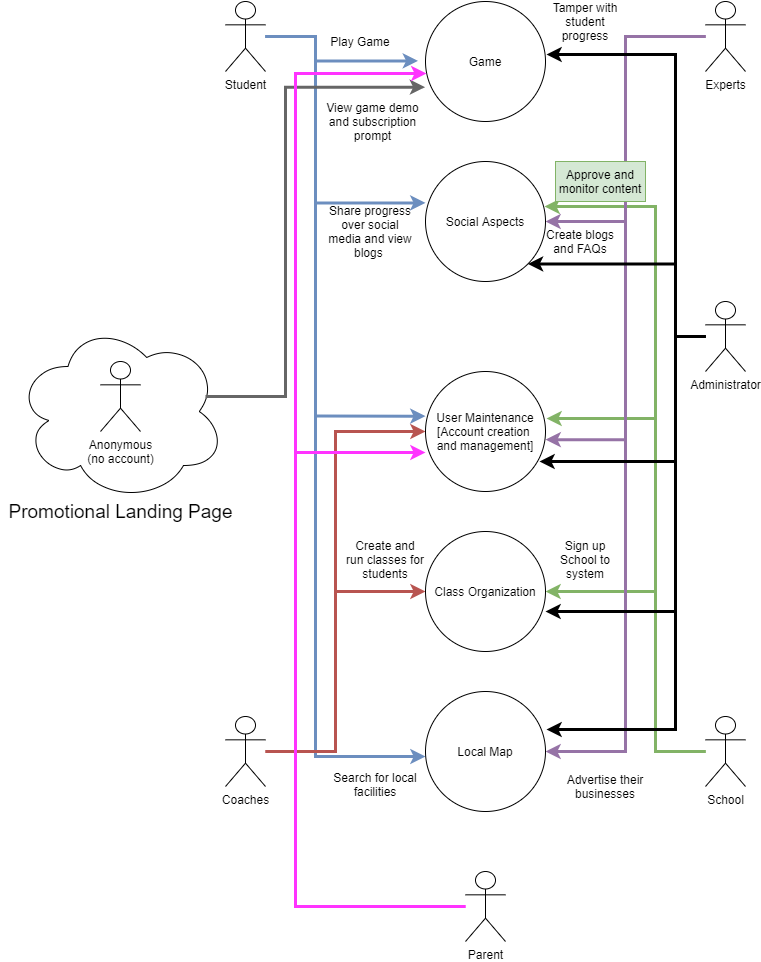
The draw.io diagram Deliverables/Week_2/Use Cases.png in Hanandrof/Group-3-Repository, before a commit. Source tidied: cells renumbered, new cells last; positions are measured from the earlier drawing's top-left corner, leaving out a move shared by most shapes.
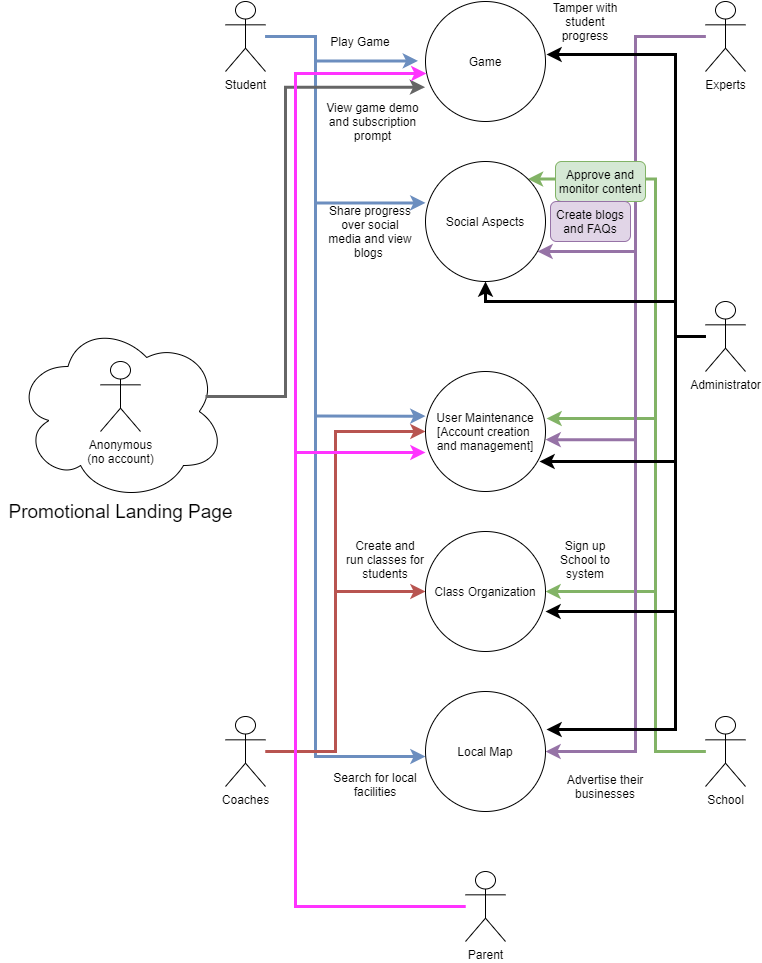
After the change.

Diff of the diagram source:
```diff
@@ -59,11 +59,11 @@
     <mxCell id="10" value="Coaches" style="shape=umlActor;verticalLabelPosition=bottom;verticalAlign=top;html=1;outlineConnect=0;" parent="1" vertex="1">
       <mxGeometry x="225" y="715" width="40" height="70" as="geometry" />
     </mxCell>
-    <mxCell id="11" style="edgeStyle=orthogonalEdgeStyle;rounded=0;jettySize=auto;html=1;entryX=0.992;entryY=0.375;entryDx=0;entryDy=0;entryPerimeter=0;strokeWidth=3;fillColor=#d5e8d4;strokeColor=#82b366;" parent="1" edge="1" source="14" target="20">
+    <mxCell id="11" style="edgeStyle=orthogonalEdgeStyle;rounded=0;jettySize=auto;html=1;entryX=1;entryY=0;entryDx=0;entryDy=0;strokeWidth=3;fillColor=#d5e8d4;strokeColor=#82b366;" parent="1" edge="1" source="14" target="20">
       <mxGeometry relative="1" as="geometry">
         <Array as="points">
           <mxPoint x="655" y="750" />
-          <mxPoint x="655" y="205" />
+          <mxPoint x="655" y="178" />
         </Array>
       </mxGeometry>
     </mxCell>
@@ -86,17 +86,27 @@
     <mxCell id="14" value="School" style="shape=umlActor;verticalLabelPosition=bottom;verticalAlign=top;html=1;outlineConnect=0;" parent="1" vertex="1">
       <mxGeometry x="705" y="715" width="40" height="70" as="geometry" />
     </mxCell>
-    <mxCell id="15" style="edgeStyle=orthogonalEdgeStyle;rounded=0;jettySize=auto;html=1;entryX=1;entryY=0.5;entryDx=0;entryDy=0;strokeWidth=3;fillColor=#e1d5e7;strokeColor=#9673a6;" parent="1" edge="1" source="18" target="20">
-      <mxGeometry relative="1" as="geometry" />
+    <mxCell id="15" style="edgeStyle=orthogonalEdgeStyle;rounded=0;jettySize=auto;html=1;strokeWidth=3;fillColor=#e1d5e7;strokeColor=#9673a6;" parent="1" edge="1" source="18" target="20">
+      <mxGeometry relative="1" as="geometry">
+        <Array as="points">
+          <mxPoint x="635" y="35" />
+          <mxPoint x="635" y="250" />
+        </Array>
+      </mxGeometry>
     </mxCell>
     <mxCell id="16" style="edgeStyle=orthogonalEdgeStyle;rounded=0;jettySize=auto;html=1;strokeWidth=3;entryX=1;entryY=0.568;entryDx=0;entryDy=0;entryPerimeter=0;fillColor=#e1d5e7;strokeColor=#9673a6;" parent="1" edge="1" source="18" target="21">
-      <mxGeometry relative="1" as="geometry" />
+      <mxGeometry relative="1" as="geometry">
+        <Array as="points">
+          <mxPoint x="635" y="35" />
+          <mxPoint x="635" y="438" />
+        </Array>
+      </mxGeometry>
     </mxCell>
     <mxCell id="17" style="edgeStyle=orthogonalEdgeStyle;rounded=0;jettySize=auto;html=1;strokeWidth=3;fillColor=#e1d5e7;strokeColor=#9673a6;entryX=1;entryY=0.5;entryDx=0;entryDy=0;" parent="1" edge="1" source="18" target="23">
       <mxGeometry relative="1" as="geometry">
         <Array as="points">
-          <mxPoint x="625" y="35" />
-          <mxPoint x="625" y="750" />
+          <mxPoint x="635" y="35" />
+          <mxPoint x="635" y="750" />
         </Array>
       </mxGeometry>
     </mxCell>
@@ -124,7 +134,7 @@
     <mxCell id="25" value="Share progress over social media and view blogs&amp;nbsp;" style="text;html=1;strokeColor=none;fillColor=none;align=center;verticalAlign=middle;whiteSpace=wrap;rounded=0;" parent="1" vertex="1">
       <mxGeometry x="325" y="210" width="90" height="40" as="geometry" />
     </mxCell>
-    <mxCell id="26" value="Approve and monitor content" style="text;html=1;strokeColor=#82b366;fillColor=#d5e8d4;align=center;verticalAlign=middle;whiteSpace=wrap;rounded=0;" parent="1" vertex="1">
+    <mxCell id="26" value="Approve and monitor content" style="text;html=1;strokeColor=#82b366;fillColor=#d5e8d4;align=center;verticalAlign=middle;whiteSpace=wrap;rounded=1;glass=0;shadow=0;sketch=0;" parent="1" vertex="1">
       <mxGeometry x="555" y="160" width="90" height="40" as="geometry" />
     </mxCell>
     <mxCell id="27" value="Create and run classes for students" style="text;html=1;strokeColor=none;fillColor=none;align=center;verticalAlign=middle;whiteSpace=wrap;rounded=0;" parent="1" vertex="1">
@@ -139,8 +149,8 @@
     <mxCell id="30" value="Advertise their businesses" style="text;html=1;strokeColor=none;fillColor=none;align=center;verticalAlign=middle;whiteSpace=wrap;rounded=0;" parent="1" vertex="1">
       <mxGeometry x="555" y="760" width="100" height="50" as="geometry" />
     </mxCell>
-    <mxCell id="31" value="Create blogs and FAQs" style="text;html=1;strokeColor=none;fillColor=none;align=center;verticalAlign=middle;whiteSpace=wrap;rounded=0;" parent="1" vertex="1">
-      <mxGeometry x="535" y="220" width="90" height="40" as="geometry" />
+    <mxCell id="31" value="Create blogs and FAQs" style="text;html=1;strokeColor=#9673a6;fillColor=#e1d5e7;align=center;verticalAlign=middle;whiteSpace=wrap;rounded=1;fontSize=12;" parent="1" vertex="1">
+      <mxGeometry x="550" y="200" width="80" height="40" as="geometry" />
     </mxCell>
     <mxCell id="32" style="edgeStyle=orthogonalEdgeStyle;rounded=0;jettySize=auto;html=1;entryX=-0.004;entryY=0.714;entryDx=0;entryDy=0;entryPerimeter=0;strokeWidth=3;fillColor=#f5f5f5;strokeColor=#666666;" parent="1" edge="1" target="19">
       <mxGeometry relative="1" as="geometry">
@@ -162,11 +172,12 @@
         </Array>
       </mxGeometry>
     </mxCell>
-    <mxCell id="35" style="edgeStyle=orthogonalEdgeStyle;rounded=0;jettySize=auto;html=1;entryX=1;entryY=1;entryDx=0;entryDy=0;strokeWidth=3;" parent="1" edge="1" source="39" target="20">
+    <mxCell id="35" style="edgeStyle=orthogonalEdgeStyle;rounded=0;jettySize=auto;html=1;entryX=0.5;entryY=1;entryDx=0;entryDy=0;strokeWidth=3;" parent="1" edge="1" source="39" target="20">
       <mxGeometry relative="1" as="geometry">
         <Array as="points">
           <mxPoint x="675" y="335" />
-          <mxPoint x="675" y="262" />
+          <mxPoint x="675" y="300" />
+          <mxPoint x="485" y="300" />
         </Array>
       </mxGeometry>
     </mxCell>
```
